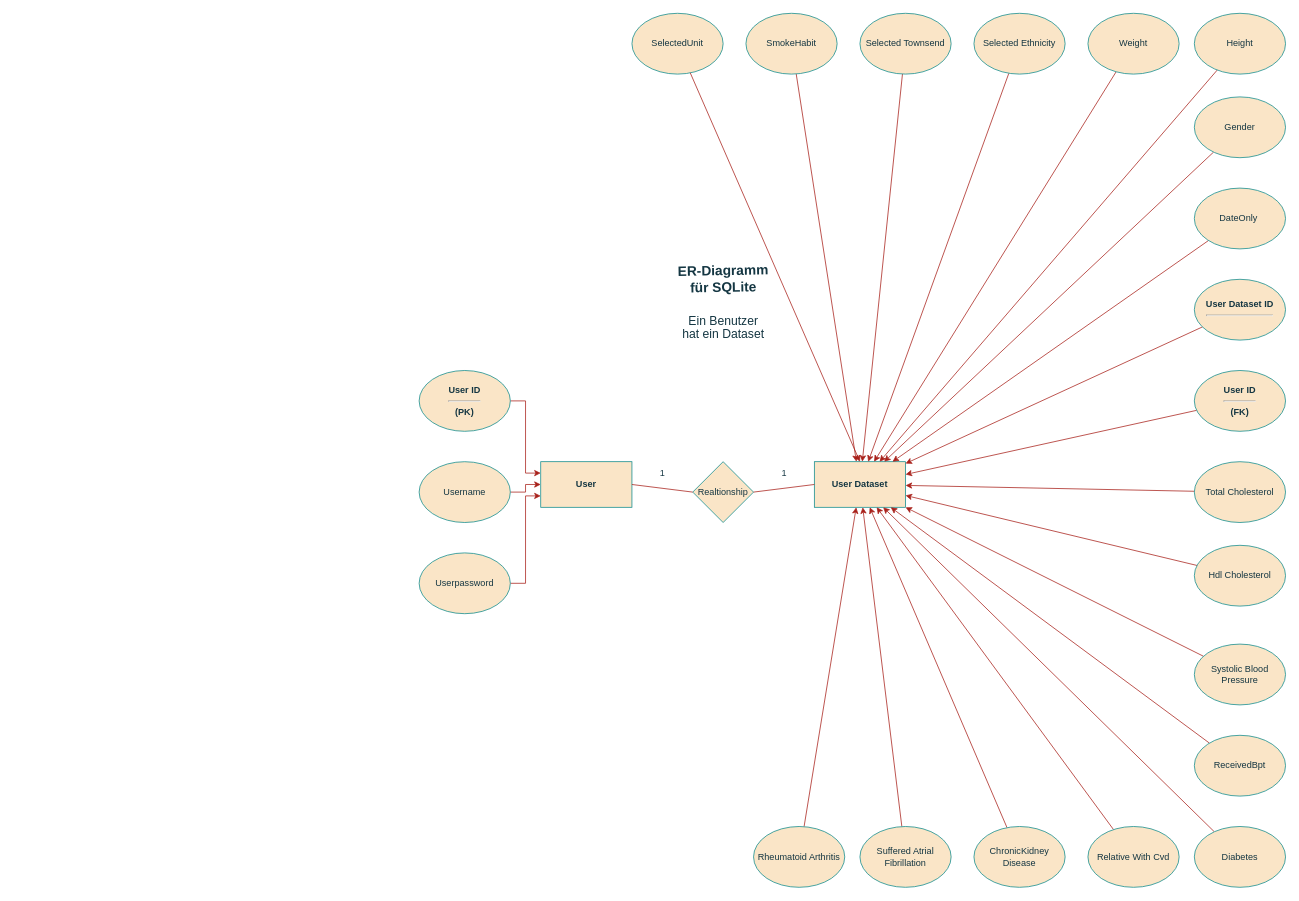
PythonPokemon/Draw.io keeps this draw.io diagram as CardioVaskular_ER_Diagramm.drawio. Above is the earlier version. Source tidied: cells renumbered, new cells numbered last; positions are measured from the earlier drawing's top-left corner, leaving out a move shared by most shapes. Both pictures are drawn from the tidied source at 76%, with x=0, y=0 at pixel (419, 13).
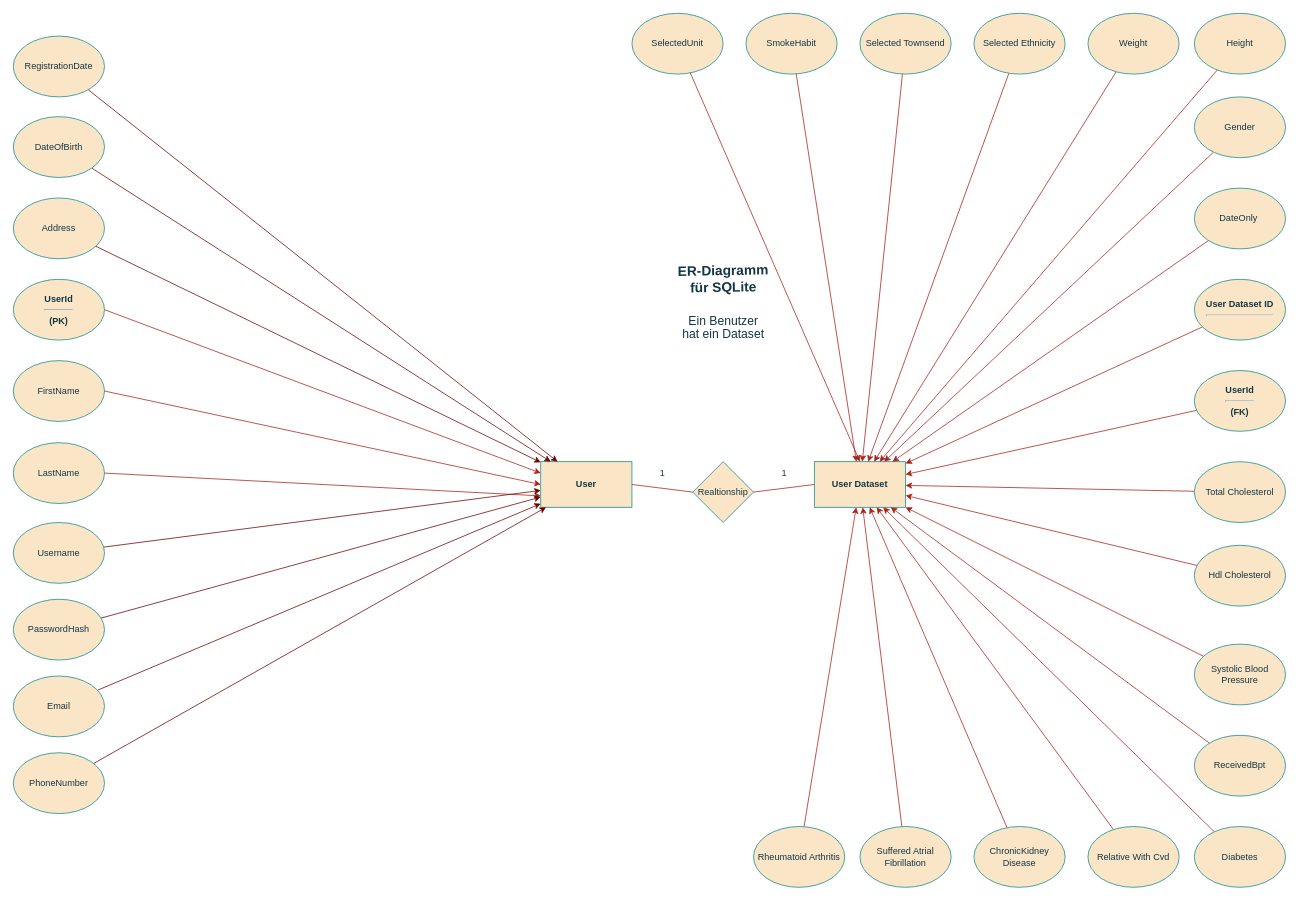
The same diagram, later.

Unchanged cells that the change refers to:
```xml
<mxCell id="2" value="&lt;b&gt;User&lt;/b&gt;" style="rounded=0;whiteSpace=wrap;html=1;labelBackgroundColor=none;fillColor=#FAE5C7;strokeColor=#0F8B8D;fontColor=#143642;" parent="1" vertex="1">
  <mxGeometry x="160" y="590" width="120" height="60" as="geometry" />
</mxCell>
```

The edit, as a diff of the source:
```diff
@@
-    <mxCell id="3" style="edgeStyle=orthogonalEdgeStyle;rounded=0;jettySize=auto;html=1;exitX=1;exitY=0.5;exitDx=0;exitDy=0;entryX=0;entryY=0.5;entryDx=0;entryDy=0;labelBackgroundColor=none;strokeColor=#A8201A;fontColor=default;" parent="1" edge="1" source="4" target="2">
+    <mxCell id="3" style="rounded=0;jettySize=auto;html=1;exitX=1;exitY=0.5;exitDx=0;exitDy=0;entryX=0;entryY=0.5;entryDx=0;entryDy=0;labelBackgroundColor=none;strokeColor=#A8201A;fontColor=default;" parent="1" edge="1" source="4" target="2">
       <mxGeometry relative="1" as="geometry" />
     </mxCell>
-    <mxCell id="4" value="Username" style="ellipse;whiteSpace=wrap;html=1;labelBackgroundColor=none;fillColor=#FAE5C7;strokeColor=#0F8B8D;fontColor=#143642;" parent="1" vertex="1">
-      <mxGeometry y="590" width="120" height="80" as="geometry" />
+    <mxCell id="4" value="FirstName" style="ellipse;whiteSpace=wrap;html=1;labelBackgroundColor=none;fillColor=#FAE5C7;strokeColor=#0F8B8D;fontColor=#143642;" parent="1" vertex="1">
+      <mxGeometry x="-534" y="457" width="120" height="80" as="geometry" />
     </mxCell>
@@
-    <mxCell id="12" value="&lt;b&gt;User ID&lt;/b&gt;&lt;div&gt;&lt;hr&gt;&lt;div&gt;&lt;b&gt;(FK)&lt;/b&gt;&lt;/div&gt;&lt;/div&gt;" style="ellipse;whiteSpace=wrap;html=1;labelBackgroundColor=none;fillColor=#FAE5C7;strokeColor=#0F8B8D;fontColor=#143642;" parent="1" vertex="1">
+    <mxCell id="12" value="&lt;b&gt;UserId&lt;/b&gt;&lt;div&gt;&lt;hr&gt;&lt;div&gt;&lt;b&gt;(FK)&lt;/b&gt;&lt;/div&gt;&lt;/div&gt;" style="ellipse;whiteSpace=wrap;html=1;labelBackgroundColor=none;fillColor=#FAE5C7;strokeColor=#0F8B8D;fontColor=#143642;" parent="1" vertex="1">
       <mxGeometry x="1020" y="470" width="120" height="80" as="geometry" />
     </mxCell>
-    <mxCell id="13" style="edgeStyle=orthogonalEdgeStyle;rounded=0;jettySize=auto;html=1;exitX=1;exitY=0.5;exitDx=0;exitDy=0;entryX=0;entryY=0.75;entryDx=0;entryDy=0;labelBackgroundColor=none;strokeColor=#A8201A;fontColor=default;" parent="1" edge="1" source="14" target="2">
+    <mxCell id="13" style="rounded=0;jettySize=auto;html=1;exitX=1;exitY=0.5;exitDx=0;exitDy=0;entryX=0;entryY=0.75;entryDx=0;entryDy=0;labelBackgroundColor=none;strokeColor=#A8201A;fontColor=default;" parent="1" edge="1" source="14" target="2">
       <mxGeometry relative="1" as="geometry" />
     </mxCell>
-    <mxCell id="14" value="Userpassword" style="ellipse;whiteSpace=wrap;html=1;labelBackgroundColor=none;fillColor=#FAE5C7;strokeColor=#0F8B8D;fontColor=#143642;" parent="1" vertex="1">
-      <mxGeometry y="710" width="120" height="80" as="geometry" />
+    <mxCell id="14" value="LastName " style="ellipse;whiteSpace=wrap;html=1;labelBackgroundColor=none;fillColor=#FAE5C7;strokeColor=#0F8B8D;fontColor=#143642;" parent="1" vertex="1">
+      <mxGeometry x="-534" y="565" width="120" height="80" as="geometry" />
     </mxCell>
-    <mxCell id="15" style="edgeStyle=orthogonalEdgeStyle;rounded=0;jettySize=auto;html=1;exitX=1;exitY=0.5;exitDx=0;exitDy=0;entryX=0;entryY=0.25;entryDx=0;entryDy=0;labelBackgroundColor=none;strokeColor=#A8201A;fontColor=default;" parent="1" edge="1" source="16" target="2">
+    <mxCell id="15" style="rounded=0;jettySize=auto;html=1;exitX=1;exitY=0.5;exitDx=0;exitDy=0;entryX=0;entryY=0.25;entryDx=0;entryDy=0;labelBackgroundColor=none;strokeColor=#A8201A;fontColor=default;" parent="1" edge="1" source="16" target="2">
       <mxGeometry relative="1" as="geometry" />
     </mxCell>
-    <mxCell id="16" value="&lt;b style=&quot;&quot;&gt;User ID&lt;/b&gt;&lt;div&gt;&lt;hr&gt;&lt;div&gt;&lt;span style=&quot;background-color: initial;&quot;&gt;&lt;b style=&quot;&quot;&gt;(PK)&lt;/b&gt;&lt;/span&gt;&lt;/div&gt;&lt;/div&gt;" style="ellipse;whiteSpace=wrap;html=1;labelBackgroundColor=none;fillColor=#FAE5C7;strokeColor=#0F8B8D;fontColor=#143642;" parent="1" vertex="1">
-      <mxGeometry y="470" width="120" height="80" as="geometry" />
+    <mxCell id="16" value="&lt;b style=&quot;&quot;&gt;UserId&lt;/b&gt;&lt;div&gt;&lt;hr&gt;&lt;div&gt;&lt;span style=&quot;background-color: initial;&quot;&gt;&lt;b style=&quot;&quot;&gt;(PK)&lt;/b&gt;&lt;/span&gt;&lt;/div&gt;&lt;/div&gt;" style="ellipse;whiteSpace=wrap;html=1;labelBackgroundColor=none;fillColor=#FAE5C7;strokeColor=#0F8B8D;fontColor=#143642;" parent="1" vertex="1">
+      <mxGeometry x="-534" y="350" width="120" height="80" as="geometry" />
     </mxCell>
@@
+    <mxCell id="55" style="rounded=0;jettySize=auto;html=1;fillColor=#a20025;strokeColor=#6F0000;" parent="1" edge="1" source="56" target="2">
+      <mxGeometry relative="1" as="geometry" />
+    </mxCell>
+    <mxCell id="56" value="RegistrationDate " style="ellipse;whiteSpace=wrap;html=1;labelBackgroundColor=none;fillColor=#FAE5C7;strokeColor=#0F8B8D;fontColor=#143642;" parent="1" vertex="1">
+      <mxGeometry x="-534" y="30" width="120" height="80" as="geometry" />
+    </mxCell>
+    <mxCell id="57" style="rounded=0;jettySize=auto;html=1;fillColor=#a20025;strokeColor=#6F0000;" parent="1" edge="1" source="58" target="2">
+      <mxGeometry relative="1" as="geometry" />
+    </mxCell>
+    <mxCell id="58" value="DateOfBirth " style="ellipse;whiteSpace=wrap;html=1;labelBackgroundColor=none;fillColor=#FAE5C7;strokeColor=#0F8B8D;fontColor=#143642;" parent="1" vertex="1">
+      <mxGeometry x="-534" y="136" width="120" height="80" as="geometry" />
+    </mxCell>
+    <mxCell id="59" style="rounded=0;jettySize=auto;html=1;fillColor=#a20025;strokeColor=#6F0000;" parent="1" edge="1" source="60" target="2">
+      <mxGeometry relative="1" as="geometry" />
+    </mxCell>
+    <mxCell id="60" value="Address " style="ellipse;whiteSpace=wrap;html=1;labelBackgroundColor=none;fillColor=#FAE5C7;strokeColor=#0F8B8D;fontColor=#143642;" parent="1" vertex="1">
+      <mxGeometry x="-534" y="243" width="120" height="80" as="geometry" />
+    </mxCell>
+    <mxCell id="61" style="rounded=0;jettySize=auto;html=1;fillColor=#a20025;strokeColor=#6F0000;" parent="1" edge="1" source="62" target="2">
+      <mxGeometry relative="1" as="geometry" />
+    </mxCell>
+    <mxCell id="62" value="PhoneNumber " style="ellipse;whiteSpace=wrap;html=1;labelBackgroundColor=none;fillColor=#FAE5C7;strokeColor=#0F8B8D;fontColor=#143642;" parent="1" vertex="1">
+      <mxGeometry x="-534" y="973" width="120" height="80" as="geometry" />
+    </mxCell>
+    <mxCell id="63" style="rounded=0;jettySize=auto;html=1;fillColor=#a20025;strokeColor=#6F0000;" parent="1" edge="1" source="64" target="2">
+      <mxGeometry relative="1" as="geometry" />
+    </mxCell>
+    <mxCell id="64" value="Email " style="ellipse;whiteSpace=wrap;html=1;labelBackgroundColor=none;fillColor=#FAE5C7;strokeColor=#0F8B8D;fontColor=#143642;" parent="1" vertex="1">
+      <mxGeometry x="-534" y="872" width="120" height="80" as="geometry" />
+    </mxCell>
+    <mxCell id="65" style="rounded=0;jettySize=auto;html=1;fillColor=#a20025;strokeColor=#6F0000;" parent="1" edge="1" source="66" target="2">
+      <mxGeometry relative="1" as="geometry" />
+    </mxCell>
+    <mxCell id="66" value="PasswordHash " style="ellipse;whiteSpace=wrap;html=1;labelBackgroundColor=none;fillColor=#FAE5C7;strokeColor=#0F8B8D;fontColor=#143642;" parent="1" vertex="1">
+      <mxGeometry x="-534" y="771" width="120" height="80" as="geometry" />
+    </mxCell>
+    <mxCell id="67" style="rounded=0;jettySize=auto;html=1;fillColor=#a20025;strokeColor=#6F0000;" parent="1" edge="1" source="68" target="2">
+      <mxGeometry relative="1" as="geometry" />
+    </mxCell>
+    <mxCell id="68" value="Username " style="ellipse;whiteSpace=wrap;html=1;labelBackgroundColor=none;fillColor=#FAE5C7;strokeColor=#0F8B8D;fontColor=#143642;" parent="1" vertex="1">
+      <mxGeometry x="-534" y="670" width="120" height="80" as="geometry" />
+    </mxCell>
```
